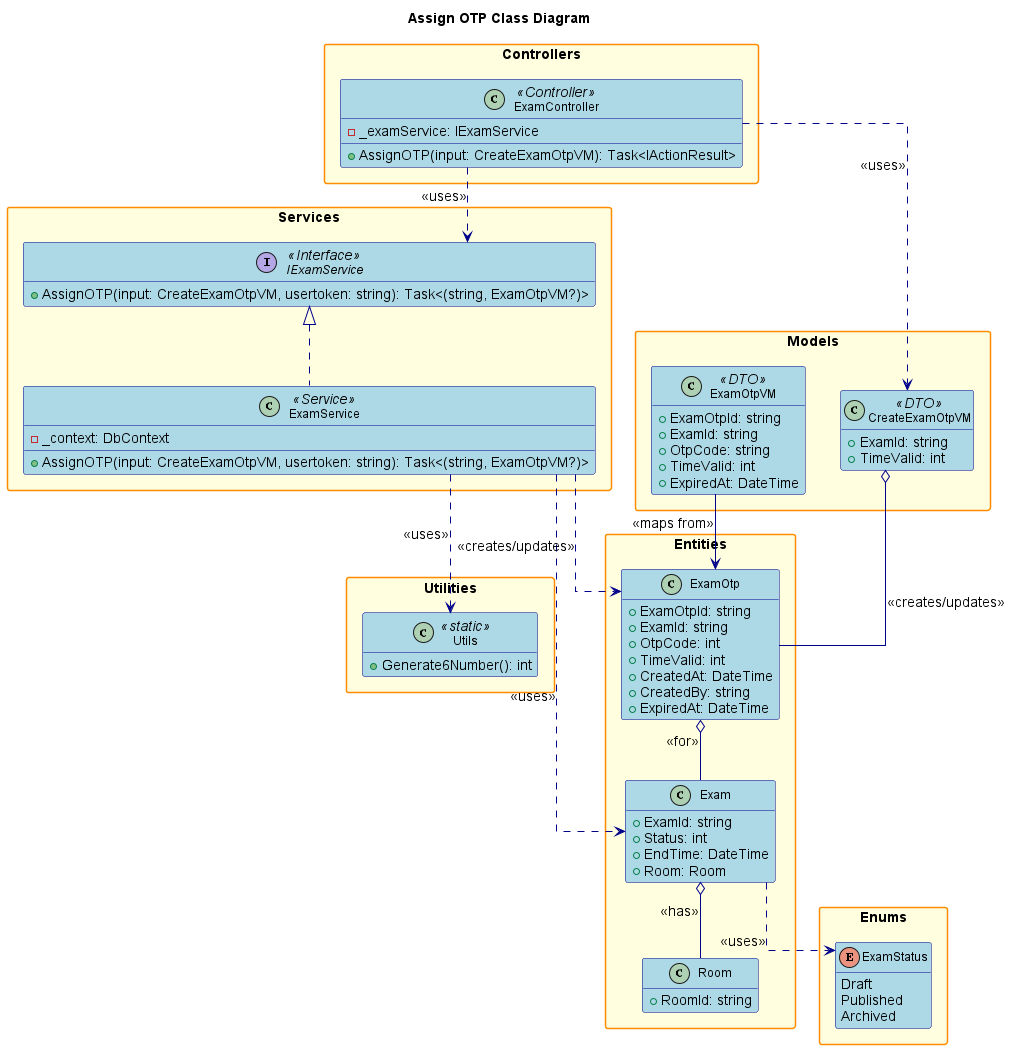
Above: design/out/assignotp/assignotp.png in conghoan1211/AI-Kiosk-Testing-system (PlantUML), before the change. Its diagram source:
```plantuml
@startuml

title Assign OTP Class Diagram

hide empty members
skinparam packageStyle rectangle
skinparam linetype ortho
skinparam defaultFontSize 14
skinparam defaultFontName Arial
skinparam classFontSize 12
skinparam classFontName Arial
skinparam noteFontSize 11
skinparam noteFontName Arial

skinparam class {
    BackgroundColor LightBlue
    BorderColor DarkBlue
    ArrowColor DarkBlue
    FontSize 12
}

skinparam package {
    BackgroundColor LightYellow
    BorderColor DarkOrange
    FontSize 14
    FontStyle bold
}

skinparam interface {
    BackgroundColor LightGreen
    BorderColor DarkGreen
    FontSize 12
}

skinparam enum {
    BackgroundColor LightCyan
    BorderColor DarkCyan
    FontSize 12
}

package "Controllers" {
    class ExamController <<Controller>> {
        - _examService: IExamService
        + AssignOTP(input: CreateExamOtpVM): Task<IActionResult>
    }
}

package "Services" {
    interface IExamService <<Interface>> {
        + AssignOTP(input: CreateExamOtpVM, usertoken: string): Task<(string, ExamOtpVM?)>
    }
    class ExamService <<Service>> {
        - _context: DbContext
        + AssignOTP(input: CreateExamOtpVM, usertoken: string): Task<(string, ExamOtpVM?)>
    }
}

package "Models" {
    class CreateExamOtpVM <<DTO>> {
        + ExamId: string
        + TimeValid: int
    }
    class ExamOtpVM <<DTO>> {
        + ExamOtpId: string
        + ExamId: string
        + OtpCode: string
        + TimeValid: int
        + ExpiredAt: DateTime
    }
}

package "Entities" {
    class Exam {
        + ExamId: string
        + Status: int
        + EndTime: DateTime
        + Room: Room
    }
    class ExamOtp {
        + ExamOtpId: string
        + ExamId: string
        + OtpCode: int
        + TimeValid: int
        + CreatedAt: DateTime
        + CreatedBy: string
        + ExpiredAt: DateTime
    }
    class Room {
        + RoomId: string
    }
}

package "Utilities" {
    class Utils <<static>> {
        + Generate6Number(): int
    }
}

package "Enums" {
    enum ExamStatus {
        Draft
        Published
        Archived
    }
}

ExamController ..> IExamService : <<uses>>
IExamService <|.. ExamService
ExamController ..> CreateExamOtpVM : <<uses>>
ExamService ..> Exam : <<uses>>
ExamService ..> ExamOtp : <<creates/updates>>
ExamService ..> Utils : <<uses>>
CreateExamOtpVM o-- ExamOtp : <<creates/updates>>
Exam o-- Room : <<has>>
Exam ..> ExamStatus : <<uses>>
ExamOtp o-- Exam : <<for>>
ExamOtpVM --> ExamOtp : <<maps from>>

@enduml
```
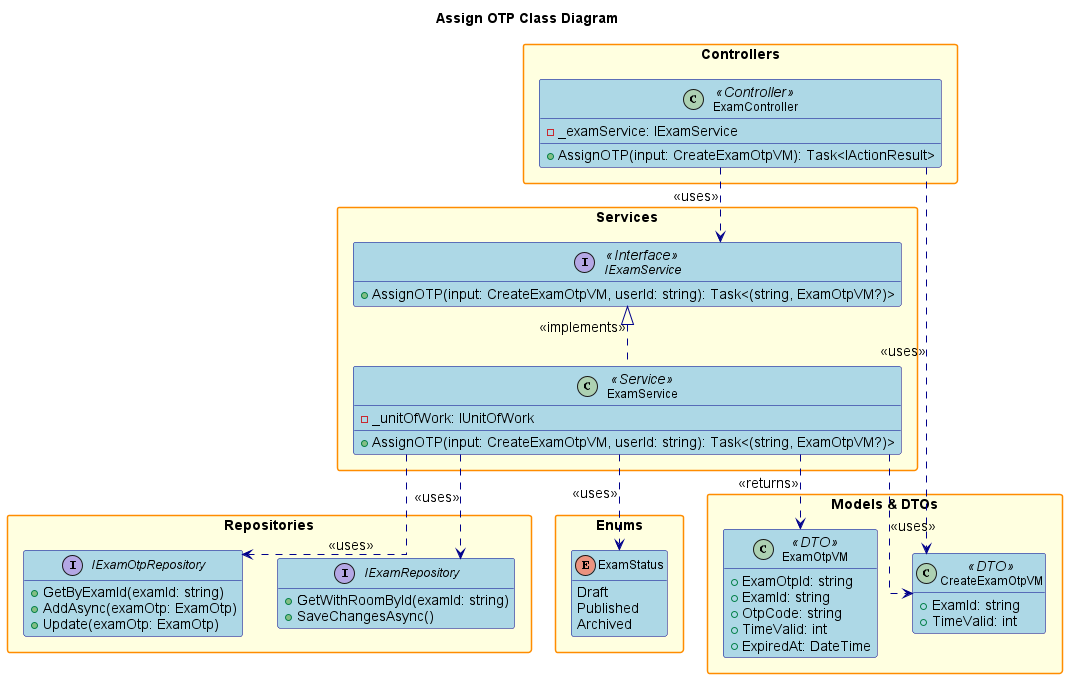
The same diagram one commit later.

What changed in the source:
```diff
@@ -1,6 +1,4 @@
 @startuml
-
-title Assign OTP Class Diagram
 
 hide empty members
 skinparam packageStyle rectangle
@@ -25,7 +23,6 @@
     FontSize 14
     FontStyle bold
 }
-
 skinparam interface {
     BackgroundColor LightGreen
     BorderColor DarkGreen
@@ -38,6 +35,8 @@
     FontSize 12
 }
 
+title Assign OTP Class Diagram
+
 package "Controllers" {
     class ExamController <<Controller>> {
         - _examService: IExamService
@@ -47,15 +46,27 @@
 
 package "Services" {
     interface IExamService <<Interface>> {
-        + AssignOTP(input: CreateExamOtpVM, usertoken: string): Task<(string, ExamOtpVM?)>
+        + AssignOTP(input: CreateExamOtpVM, userId: string): Task<(string, ExamOtpVM?)>
     }
     class ExamService <<Service>> {
-        - _context: DbContext
-        + AssignOTP(input: CreateExamOtpVM, usertoken: string): Task<(string, ExamOtpVM?)>
+        - _unitOfWork: IUnitOfWork
+        + AssignOTP(input: CreateExamOtpVM, userId: string): Task<(string, ExamOtpVM?)>
     }
 }
 
-package "Models" {
+package "Repositories" {
+    interface IExamRepository {
+        + GetWithRoomById(examId: string)
+        + SaveChangesAsync()
+    }
+    interface IExamOtpRepository {
+        + GetByExamId(examId: string)
+        + AddAsync(examOtp: ExamOtp)
+        + Update(examOtp: ExamOtp)
+    }
+}
+
+package "Models & DTOs" {
     class CreateExamOtpVM <<DTO>> {
         + ExamId: string
         + TimeValid: int
@@ -69,33 +80,6 @@
     }
 }
 
-package "Entities" {
-    class Exam {
-        + ExamId: string
-        + Status: int
-        + EndTime: DateTime
-        + Room: Room
-    }
-    class ExamOtp {
-        + ExamOtpId: string
-        + ExamId: string
-        + OtpCode: int
-        + TimeValid: int
-        + CreatedAt: DateTime
-        + CreatedBy: string
-        + ExpiredAt: DateTime
-    }
-    class Room {
-        + RoomId: string
-    }
-}
-
-package "Utilities" {
-    class Utils <<static>> {
-        + Generate6Number(): int
-    }
-}
-
 package "Enums" {
     enum ExamStatus {
         Draft
@@ -105,15 +89,12 @@
 }
 
 ExamController ..> IExamService : <<uses>>
-IExamService <|.. ExamService
 ExamController ..> CreateExamOtpVM : <<uses>>
-ExamService ..> Exam : <<uses>>
-ExamService ..> ExamOtp : <<creates/updates>>
-ExamService ..> Utils : <<uses>>
-CreateExamOtpVM o-- ExamOtp : <<creates/updates>>
-Exam o-- Room : <<has>>
-Exam ..> ExamStatus : <<uses>>
-ExamOtp o-- Exam : <<for>>
-ExamOtpVM --> ExamOtp : <<maps from>>
+IExamService <|.. ExamService : <<implements>>
+ExamService ..> IExamRepository : <<uses>>
+ExamService ..> IExamOtpRepository : <<uses>>
+ExamService ..> CreateExamOtpVM : <<uses>>
+ExamService ..> ExamOtpVM : <<returns>>
+ExamService ..> ExamStatus : <<uses>>
 
 @enduml
```
